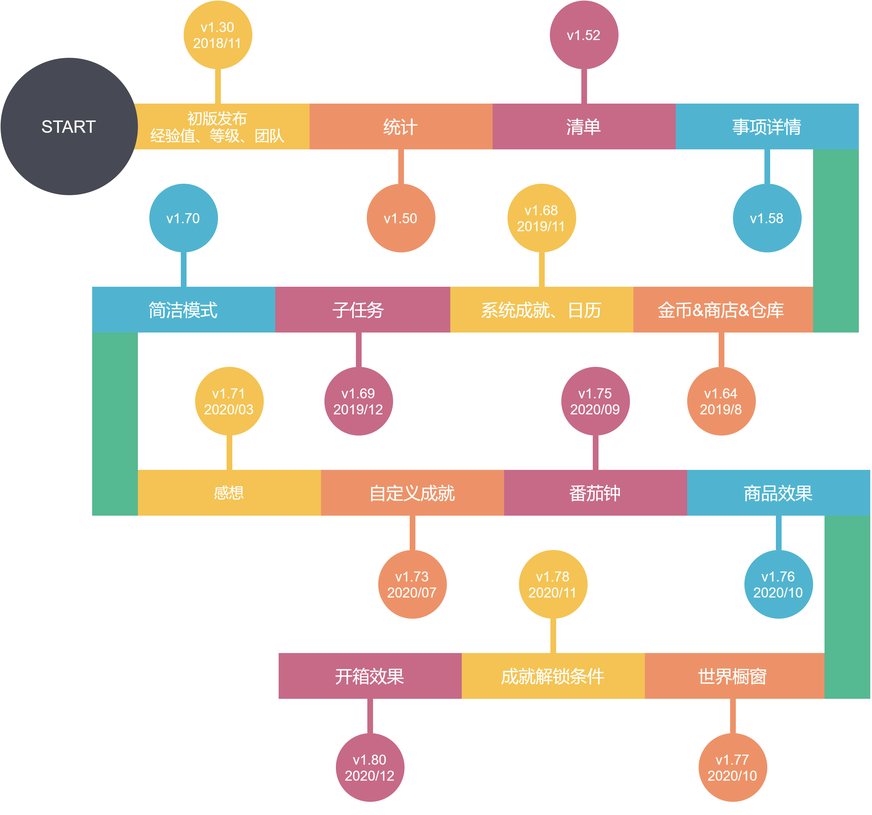
The draw.io diagram docs/zh-cn/introduction/_media/release_log/timeline.png in Ayagikei/LifeUp-Wiki, before a commit. Source tidied: cells renumbered, new cells last; positions are measured from the earlier drawing's top-left corner, leaving out a move shared by most shapes.
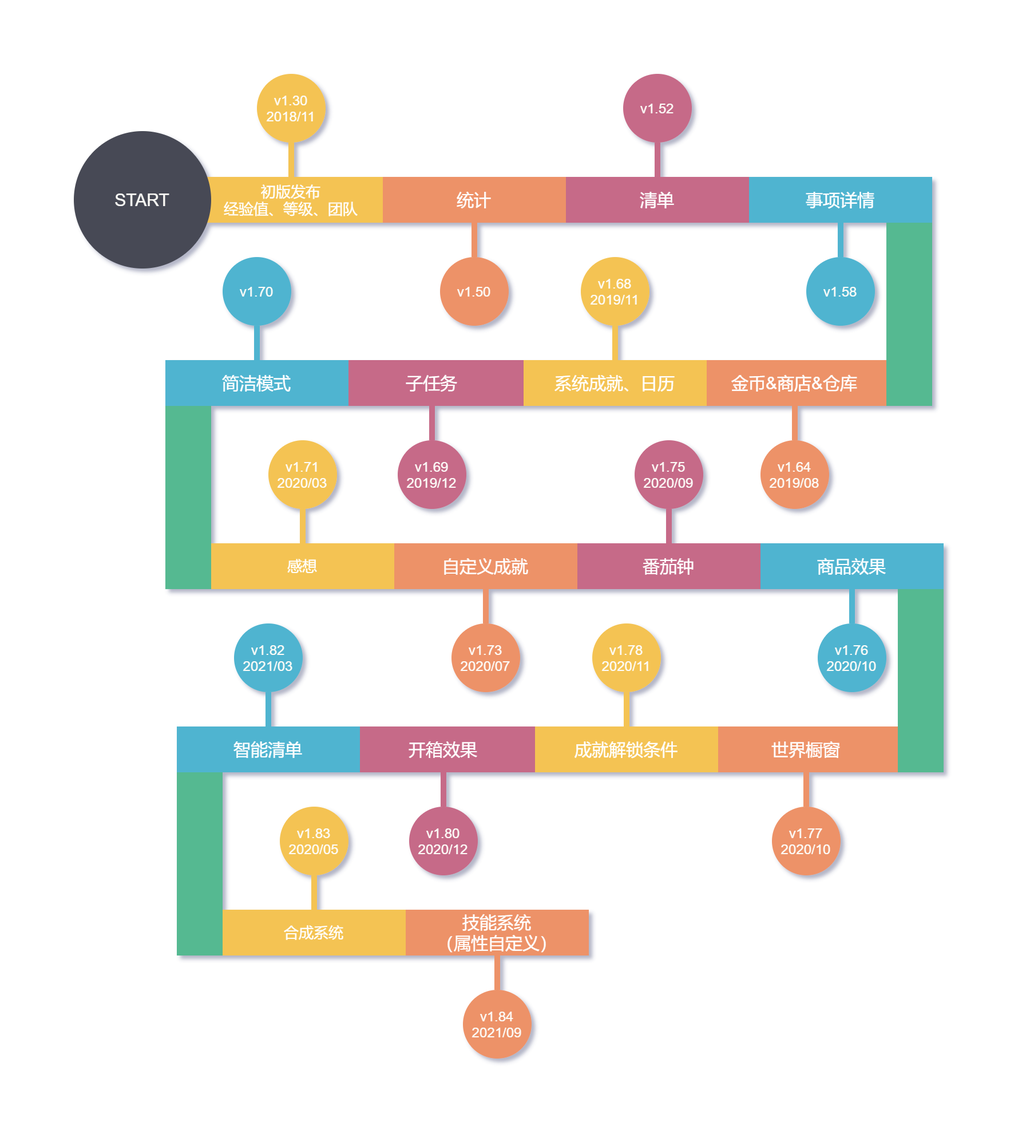
After the commit.

Commit message:
feat: update timeline pic and docs

Change to the diagram source:
```diff
@@ -38,7 +38,7 @@
     <mxCell id="13" style="rounded=0;whiteSpace=wrap;html=1;strokeColor=none;fillColor=#ed9268;" parent="12" vertex="1">
       <mxGeometry x="77.5" y="40" width="5" height="30" as="geometry" />
     </mxCell>
-    <mxCell id="14" value="&lt;font color=&quot;#fdfcf8&quot;&gt;v1.64&lt;br&gt;2019/8&lt;/font&gt;" style="ellipse;whiteSpace=wrap;html=1;strokeColor=none;fillColor=#ed9268;" parent="12" vertex="1">
+    <mxCell id="14" value="&lt;font color=&quot;#fdfcf8&quot;&gt;v1.64&lt;br&gt;2019/08&lt;/font&gt;" style="ellipse;whiteSpace=wrap;html=1;strokeColor=none;fillColor=#ed9268;" parent="12" vertex="1">
       <mxGeometry x="50" y="70" width="60" height="60" as="geometry" />
     </mxCell>
     <mxCell id="15" value="&lt;font color=&quot;#ffffff&quot;&gt;&lt;span style=&quot;font-size: 15px&quot;&gt;金币&amp;amp;商店&amp;amp;仓库&lt;/span&gt;&lt;/font&gt;" style="rounded=0;whiteSpace=wrap;html=1;strokeColor=none;fillColor=#ed9268;" parent="12" vertex="1">
@@ -194,5 +194,44 @@
     <mxCell id="65" value="&lt;font color=&quot;#ffffff&quot;&gt;&lt;span style=&quot;font-size: 15px&quot;&gt;开箱效果&lt;/span&gt;&lt;/font&gt;" style="rounded=0;whiteSpace=wrap;html=1;strokeColor=none;fillColor=#c66a88;" parent="62" vertex="1">
       <mxGeometry width="160" height="40" as="geometry" />
     </mxCell>
+    <mxCell id="66" style="group;rounded=0;glass=0;" parent="1" vertex="1">
+      <mxGeometry x="90" y="480" width="160" height="130" as="geometry" />
+    </mxCell>
+    <mxCell id="67" value="&lt;font color=&quot;#ffffff&quot; style=&quot;font-size: 15px&quot;&gt;智能清单&lt;/font&gt;" style="rounded=0;whiteSpace=wrap;html=1;strokeColor=none;fillColor=#50B4D0;" parent="66" vertex="1">
+      <mxGeometry y="90" width="160" height="40" as="geometry" />
+    </mxCell>
+    <mxCell id="68" value="&lt;font color=&quot;#fdfcf8&quot;&gt;v1.82&lt;br&gt;2021/03&lt;br&gt;&lt;/font&gt;" style="ellipse;whiteSpace=wrap;html=1;strokeColor=none;fillColor=#50B4D0;" parent="66" vertex="1">
+      <mxGeometry x="50" width="60" height="60" as="geometry" />
+    </mxCell>
+    <mxCell id="69" style="rounded=0;whiteSpace=wrap;html=1;strokeColor=none;fillColor=#50B4D0;" parent="66" vertex="1">
+      <mxGeometry x="77.5" y="60" width="5" height="30" as="geometry" />
+    </mxCell>
+    <mxCell id="70" style="rounded=0;whiteSpace=wrap;html=1;strokeColor=none;fillColor=#55b991;" parent="1" vertex="1">
+      <mxGeometry x="90" y="610" width="40" height="160" as="geometry" />
+    </mxCell>
+    <mxCell id="71" style="group;" parent="1" vertex="1">
+      <mxGeometry x="130" y="640" width="160" height="130" as="geometry" />
+    </mxCell>
+    <mxCell id="72" value="&lt;font color=&quot;#ffffff&quot; style=&quot;font-size: 13px&quot;&gt;合成系统&lt;br&gt;&lt;/font&gt;" style="rounded=0;whiteSpace=wrap;html=1;fillColor=#f4c353;strokeColor=none;" parent="71" vertex="1">
+      <mxGeometry y="90" width="160" height="40" as="geometry" />
+    </mxCell>
+    <mxCell id="73" value="&lt;font color=&quot;#fdfcf8&quot;&gt;v1.83&lt;br&gt;2020/05&lt;br&gt;&lt;/font&gt;" style="ellipse;whiteSpace=wrap;html=1;fillColor=#f4c353;strokeColor=none;" parent="71" vertex="1">
+      <mxGeometry x="50" width="60" height="60" as="geometry" />
+    </mxCell>
+    <mxCell id="74" style="rounded=0;whiteSpace=wrap;html=1;fillColor=#f4c353;strokeColor=none;" parent="71" vertex="1">
+      <mxGeometry x="77.5" y="60" width="5" height="30" as="geometry" />
+    </mxCell>
+    <mxCell id="75" style="group;" parent="1" vertex="1">
+      <mxGeometry x="290" y="730" width="160" height="130" as="geometry" />
+    </mxCell>
+    <mxCell id="76" style="rounded=0;whiteSpace=wrap;html=1;strokeColor=none;fillColor=#ed9268;" parent="75" vertex="1">
+      <mxGeometry x="77.5" y="40" width="5" height="30" as="geometry" />
+    </mxCell>
+    <mxCell id="77" value="&lt;font color=&quot;#fdfcf8&quot;&gt;v1.84&lt;br&gt;2021/09&lt;br&gt;&lt;/font&gt;" style="ellipse;whiteSpace=wrap;html=1;strokeColor=none;fillColor=#ed9268;" parent="75" vertex="1">
+      <mxGeometry x="50" y="70" width="60" height="60" as="geometry" />
+    </mxCell>
+    <mxCell id="78" value="&lt;font color=&quot;#ffffff&quot; style=&quot;font-size: 15px&quot;&gt;技能系统&lt;br&gt;（属性自定义）&lt;/font&gt;" style="rounded=0;whiteSpace=wrap;html=1;strokeColor=none;fillColor=#ed9268;" parent="75" vertex="1">
+      <mxGeometry width="160" height="40" as="geometry" />
+    </mxCell>
   </root>
 </mxGraphModel>
```
